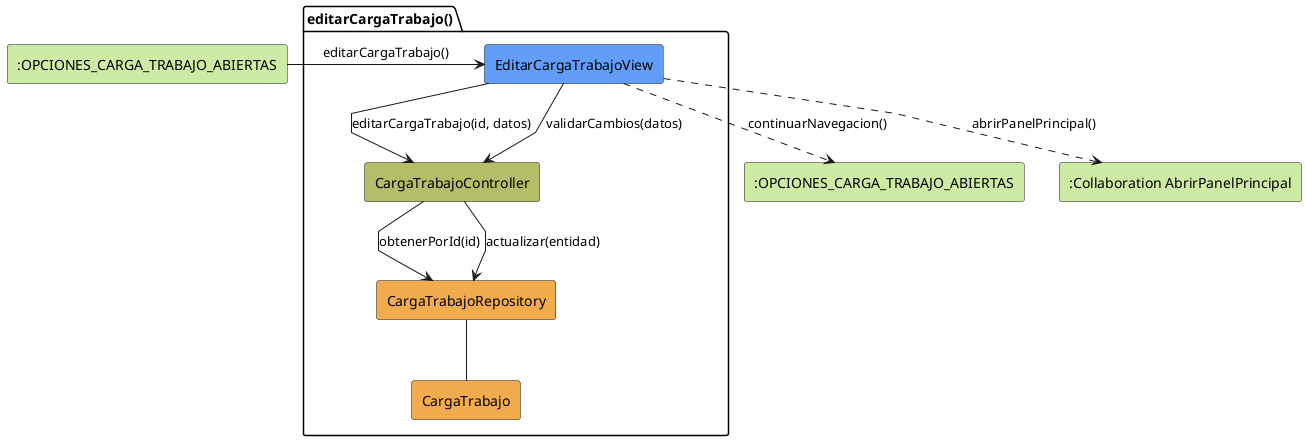
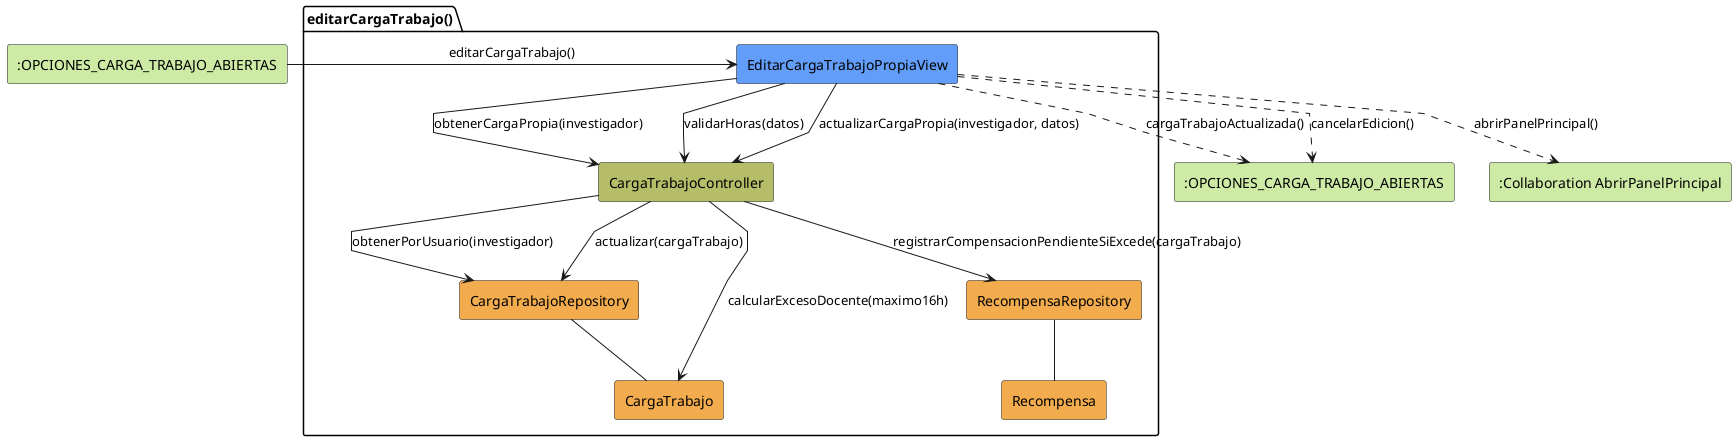
@startuml editarCargaTrabajo-analisis
skinparam linetype polyline

rectangle #CDEBA5 ":OPCIONES_CARGA_TRABAJO_ABIERTAS" as EstadoEntrada
package editarCargaTrabajo as "editarCargaTrabajo()" {
-     rectangle #629EF9 EditarCargaTrabajoView
+     rectangle #629EF9 EditarCargaTrabajoPropiaView
    rectangle #b5bd68 CargaTrabajoController
    rectangle #F2AC4E CargaTrabajoRepository
+     rectangle #F2AC4E RecompensaRepository
    rectangle #F2AC4E CargaTrabajo
+     rectangle #F2AC4E Recompensa
}

rectangle #CDEBA5 ":OPCIONES_CARGA_TRABAJO_ABIERTAS" as EstadoSalida
rectangle #CDEBA5 ":Collaboration AbrirPanelPrincipal" as AbrirPanelPrincipal

- EstadoEntrada -r-> EditarCargaTrabajoView: editarCargaTrabajo()
+ EstadoEntrada -r-> EditarCargaTrabajoPropiaView: editarCargaTrabajo()

- EditarCargaTrabajoView -d-> CargaTrabajoController: editarCargaTrabajo(id, datos)
- EditarCargaTrabajoView --> CargaTrabajoController: validarCambios(datos)
- CargaTrabajoController --> CargaTrabajoRepository: obtenerPorId(id)
- CargaTrabajoController --> CargaTrabajoRepository: actualizar(entidad)
+ EditarCargaTrabajoPropiaView -d-> CargaTrabajoController: obtenerCargaPropia(investigador)
+ EditarCargaTrabajoPropiaView --> CargaTrabajoController: validarHoras(datos)
+ EditarCargaTrabajoPropiaView --> CargaTrabajoController: actualizarCargaPropia(investigador, datos)
+ CargaTrabajoController --> CargaTrabajoRepository: obtenerPorUsuario(investigador)
+ CargaTrabajoController --> CargaTrabajo: calcularExcesoDocente(maximo16h)
+ CargaTrabajoController --> CargaTrabajoRepository: actualizar(cargaTrabajo)
+ CargaTrabajoController --> RecompensaRepository: registrarCompensacionPendienteSiExcede(cargaTrabajo)
CargaTrabajoRepository -- CargaTrabajo
- EditarCargaTrabajoView ..> EstadoSalida: continuarNavegacion()
- EditarCargaTrabajoView ..> AbrirPanelPrincipal: abrirPanelPrincipal()
+ RecompensaRepository -- Recompensa
+ EditarCargaTrabajoPropiaView ..> EstadoSalida: cargaTrabajoActualizada()
+ EditarCargaTrabajoPropiaView ..> EstadoSalida: cancelarEdicion()
+ EditarCargaTrabajoPropiaView ..> AbrirPanelPrincipal: abrirPanelPrincipal()

@enduml
